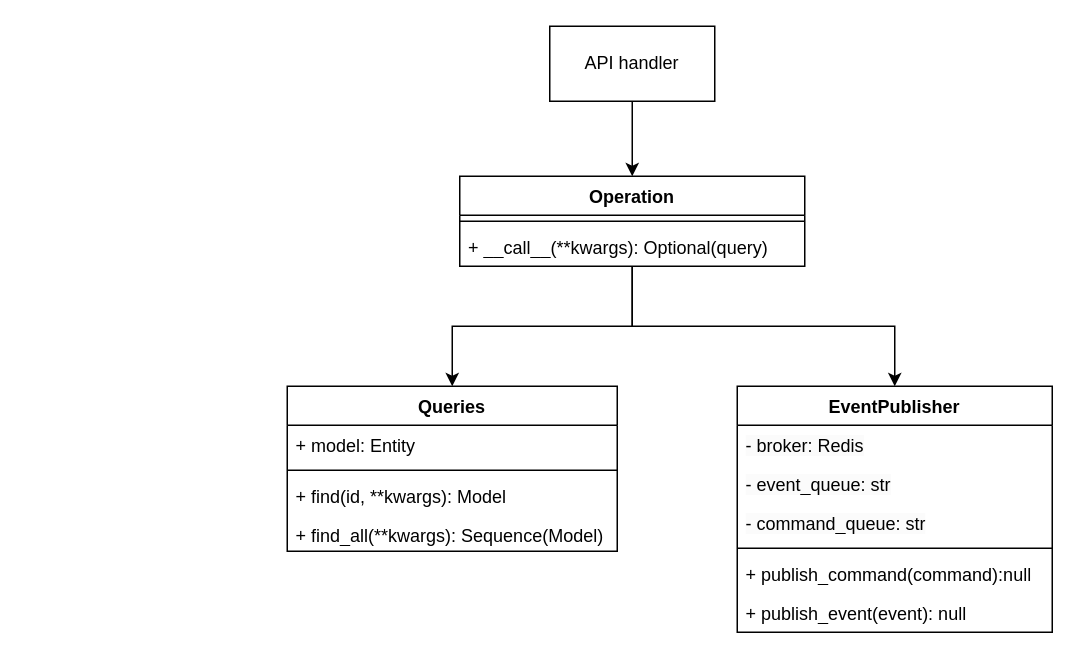
Earlier version of the draw.io diagram page "API" (1 of 2) of docs/sources/classes.drawio (Keni13-coder/test-nebus). Source tidied: cells renumbered, new cells numbered last; positions are measured from the earlier drawing's top-left corner, leaving out a move shared by most shapes. Both pictures are drawn from the tidied source at 150%, with x=0, y=0 at pixel (286, 26).
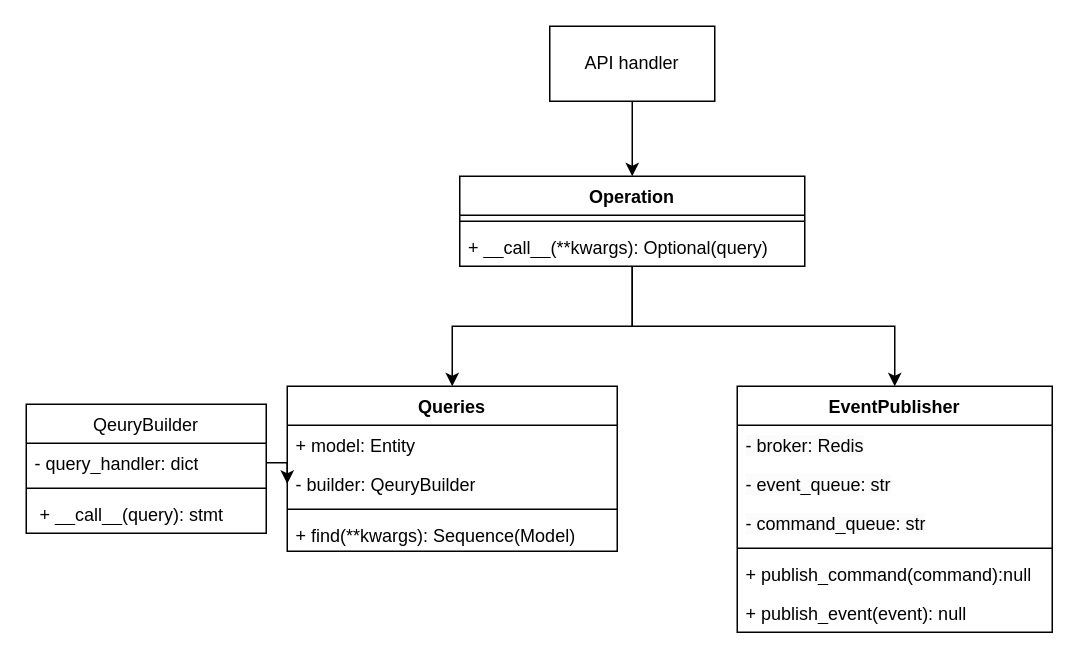
The same diagram, later.

Commit message (it also covers changes not shown here):
I changed the way I understood the interaction of classes for queries, and also created tests for them

The change refers to these unchanged cells:
```xml
<mxCell id="14" value="Queries" style="swimlane;fontStyle=1;align=center;verticalAlign=top;horizontal=1;startSize=26;whiteSpace=wrap;html=1;" parent="1" vertex="1">
  <mxGeometry y="240" width="220" height="110" as="geometry" />
</mxCell>
```

What changed in the source:
```diff
@@
+    <mxCell id="21" value="- builder: QeuryBuilder" style="text;strokeColor=none;fillColor=none;align=left;verticalAlign=top;spacingLeft=4;spacingRight=4;overflow=hidden;points=[[0,0.5],[1,0.5]];portConstraint=eastwest;whiteSpace=wrap;html=1;" parent="14" vertex="1">
+      <mxGeometry y="52" width="220" height="26" as="geometry" />
+    </mxCell>
     <mxCell id="16" style="line;strokeWidth=1;fillColor=none;align=left;verticalAlign=middle;spacingTop=-1;spacingLeft=3;spacingRight=3;labelPosition=right;strokeColor=inherit;" parent="14" vertex="1">
-      <mxGeometry y="52" width="220" height="8" as="geometry" />
+      <mxGeometry y="78" width="220" height="8" as="geometry" />
     </mxCell>
-    <mxCell id="17" value="+ find(id, **kwargs): Model" style="text;strokeColor=none;fillColor=none;align=left;verticalAlign=top;spacingLeft=4;spacingRight=4;overflow=hidden;whiteSpace=wrap;html=1;" parent="14" vertex="1">
-      <mxGeometry y="60" width="220" height="26" as="geometry" />
-    </mxCell>
-    <mxCell id="18" value="+ find_all(**kwargs): Sequence(Model)" style="text;strokeColor=none;fillColor=none;align=left;verticalAlign=top;spacingLeft=4;spacingRight=4;overflow=hidden;whiteSpace=wrap;html=1;" parent="14" vertex="1">
+    <mxCell id="18" value="+ find(**kwargs): Sequence(Model)" style="text;strokeColor=none;fillColor=none;align=left;verticalAlign=top;spacingLeft=4;spacingRight=4;overflow=hidden;whiteSpace=wrap;html=1;" parent="14" vertex="1">
       <mxGeometry y="86" width="220" height="24" as="geometry" />
     </mxCell>
@@
+    <mxCell id="22" value="&lt;span style=&quot;font-weight: 400; text-align: left;&quot;&gt;QeuryBuilder&lt;/span&gt;" style="swimlane;fontStyle=1;align=center;verticalAlign=top;horizontal=1;startSize=26;whiteSpace=wrap;html=1;" parent="1" vertex="1">
+      <mxGeometry x="-174" y="252" width="160" height="86" as="geometry" />
+    </mxCell>
+    <mxCell id="23" value="- query_handler: dict" style="text;strokeColor=none;fillColor=none;align=left;verticalAlign=top;spacingLeft=4;spacingRight=4;overflow=hidden;points=[[0,0.5],[1,0.5]];portConstraint=eastwest;whiteSpace=wrap;html=1;" parent="22" vertex="1">
+      <mxGeometry y="26" width="160" height="26" as="geometry" />
+    </mxCell>
+    <mxCell id="24" style="line;strokeWidth=1;fillColor=none;align=left;verticalAlign=middle;spacingTop=-1;spacingLeft=3;spacingRight=3;labelPosition=right;strokeColor=inherit;" parent="22" vertex="1">
+      <mxGeometry y="52" width="160" height="8" as="geometry" />
+    </mxCell>
+    <mxCell id="25" value="&amp;nbsp;+ __call__(query): stmt" style="text;strokeColor=none;fillColor=none;align=left;verticalAlign=top;spacingLeft=4;spacingRight=4;overflow=hidden;whiteSpace=wrap;html=1;" parent="22" vertex="1">
+      <mxGeometry y="60" width="160" height="26" as="geometry" />
+    </mxCell>
+    <mxCell id="26" style="edgeStyle=orthogonalEdgeStyle;rounded=0;jettySize=auto;html=1;exitX=1;exitY=0.5;exitDx=0;exitDy=0;entryX=0;entryY=0.5;entryDx=0;entryDy=0;" parent="1" edge="1" source="23" target="21">
+      <mxGeometry relative="1" as="geometry" />
+    </mxCell>
```
